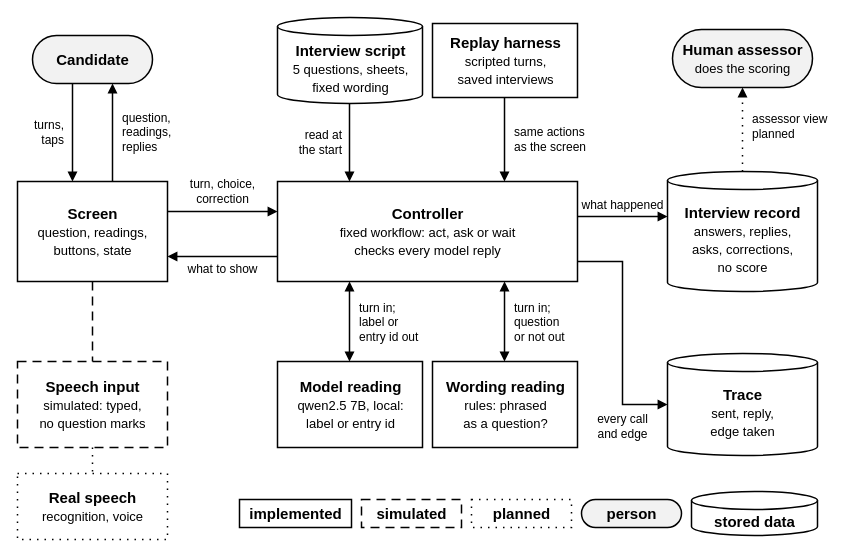
ShreehariA/turncheck keeps this draw.io diagram as docs/architecture.drawio. Above is the earlier version. Source tidied: cells renumbered, new cells numbered last; positions are measured from the earlier drawing's top-left corner, leaving out a move shared by most shapes. Both pictures are drawn from the tidied source at 100%, with x=0, y=0 at pixel (17, 17).
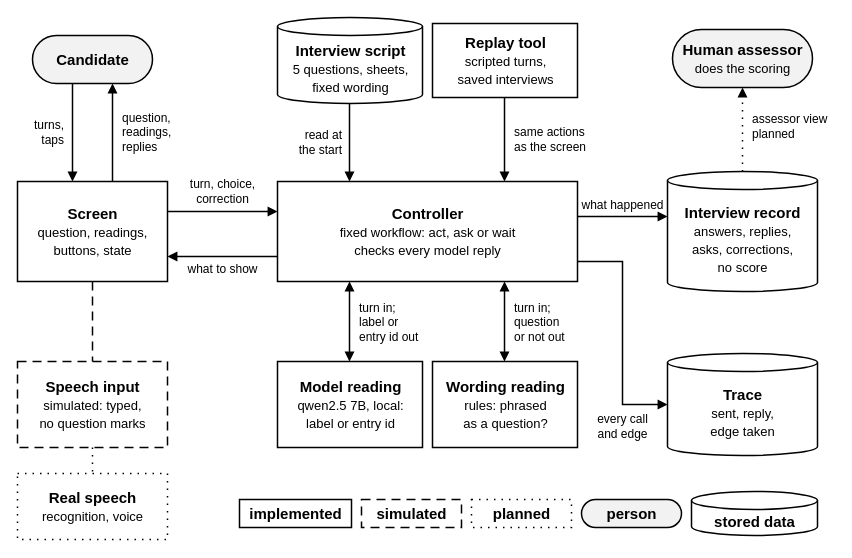
After the change.

Commit message (it also covers changes not shown here):
Beginner-friendly README, plainer design notes, relabel the replay tool

Diff of the diagram source:
```diff
@@
-    <mxCell id="4" value="&lt;b&gt;Replay harness&lt;/b&gt;&lt;br&gt;&lt;font style=&quot;font-size:13px&quot;&gt;scripted turns,&lt;br&gt;saved interviews&lt;/font&gt;" style="rounded=0;fillColor=#FFFFFF;html=1;strokeColor=#000000;strokeWidth=1.5;fontColor=#000000;fontFamily=Helvetica;fontSize=15;" parent="1" vertex="1">
+    <mxCell id="4" value="&lt;b&gt;Replay tool&lt;/b&gt;&lt;br&gt;&lt;font style=&quot;font-size:13px&quot;&gt;scripted turns,&lt;br&gt;saved interviews&lt;/font&gt;" style="rounded=0;fillColor=#FFFFFF;html=1;strokeColor=#000000;strokeWidth=1.5;fontColor=#000000;fontFamily=Helvetica;fontSize=15;" parent="1" vertex="1">
       <mxGeometry x="415" y="6" width="145" height="74" as="geometry" />
     </mxCell>
```
